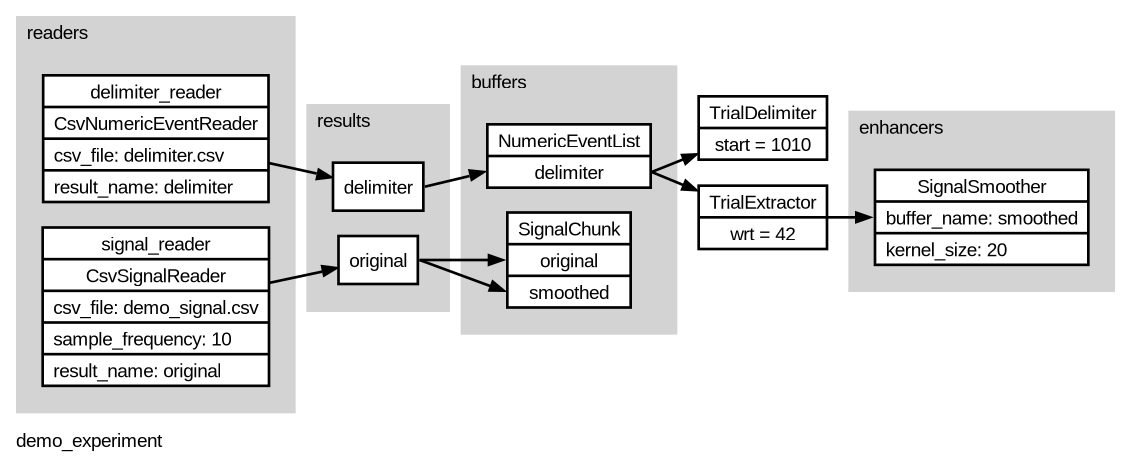
Earlier version of the Graphviz export docs/smooth-demo/demo_experiment.png (lwthompson2/pyramid). Its source is kept beside it as docs/smooth-demo/demo_experiment.dot. The source it was exported from:
```dot
digraph demo_experiment {
	graph [fontname=Arial label=demo_experiment labeljust=l outputorder=edgesfirst overlap=scale rankdir=LR splines=false]
	node [fillcolor=white fontname=Arial penwidth=2.0 shape=record style=filled]
	edge [fontname=Arial penwidth=2.0]
	subgraph cluster_buffers {
		graph [bgcolor=lightgray color=transparent fontname=Arial label=buffers margin=20 rank=same]
		event_list [label="NumericEventList|<delimiter>delimiter"]
		signal_chunk [label="SignalChunk|<original>original|<smoothed>smoothed"]
	}
	trial_delimiter [label="TrialDelimiter|start = 1010"]
	event_list:delimiter:e -> trial_delimiter
	trial_extractor [label="TrialExtractor|wrt = 42"]
	event_list:delimiter:e -> trial_extractor
	trial_extractor:e -> enhancer_0:w
	subgraph cluster_enhancers {
		graph [bgcolor=lightgray color=transparent fontname=Arial label=enhancers margin=20 rank=same]
		enhancer_0 [label="SignalSmoother|buffer_name: smoothed\l|kernel_size: 20\l"]
	}
	subgraph cluster_readers {
		graph [bgcolor=lightgray color=transparent fontname=Arial label=readers margin=20 rank=same]
		delimiter_reader [label="delimiter_reader|CsvNumericEventReader|csv_file: delimiter.csv\l|result_name: delimiter\l"]
		signal_reader [label="signal_reader|CsvSignalReader|csv_file: demo_signal.csv\l|sample_frequency: 10\l|result_name: original\l"]
	}
	delimiter_reader -> delimiter_reader_results
	signal_reader -> signal_reader_results
	subgraph cluster_results {
		graph [bgcolor=lightgray color=transparent fontname=Arial label=results margin=20 rank=same]
		delimiter_reader_results [label="<delimiter>delimiter"]
		signal_reader_results [label="<original>original"]
	}
	delimiter_reader_results:delimiter:e -> event_list:delimiter:w
	signal_reader_results:original:e -> signal_chunk:original:w
	signal_reader_results:original:e -> signal_chunk:smoothed:w
}
```
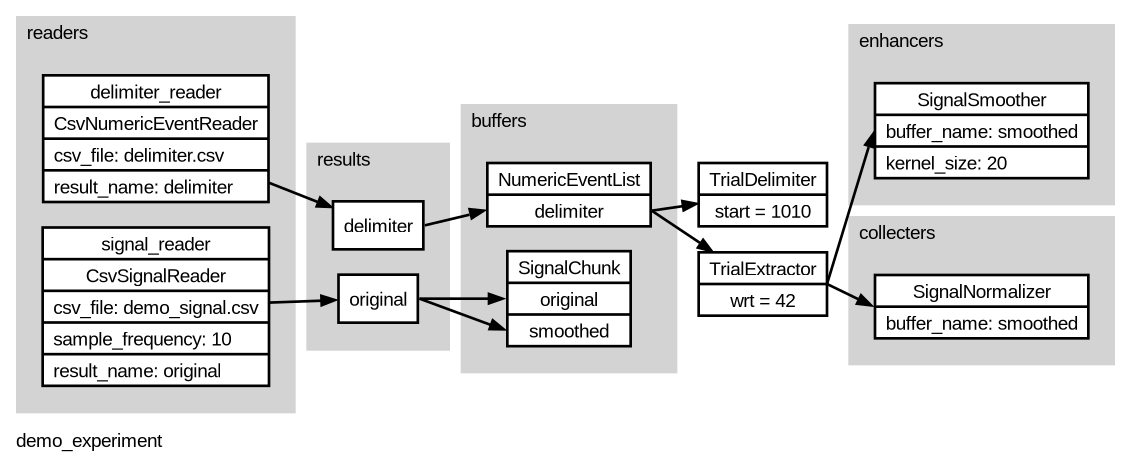
After the commit.

Commit message:
Add collecter to smooth signal demo.

Diff of the diagram source:
```diff
@@ -16,6 +16,11 @@
 		graph [bgcolor=lightgray color=transparent fontname=Arial label=enhancers margin=20 rank=same]
 		enhancer_0 [label="SignalSmoother|buffer_name: smoothed\l|kernel_size: 20\l"]
 	}
+	trial_extractor:e -> collecter_0:w
+	subgraph cluster_collecters {
+		graph [bgcolor=lightgray color=transparent fontname=Arial label=collecters margin=20 rank=same]
+		collecter_0 [label="SignalNormalizer|buffer_name: smoothed\l"]
+	}
 	subgraph cluster_readers {
 		graph [bgcolor=lightgray color=transparent fontname=Arial label=readers margin=20 rank=same]
 		delimiter_reader [label="delimiter_reader|CsvNumericEventReader|csv_file: delimiter.csv\l|result_name: delimiter\l"]
```
